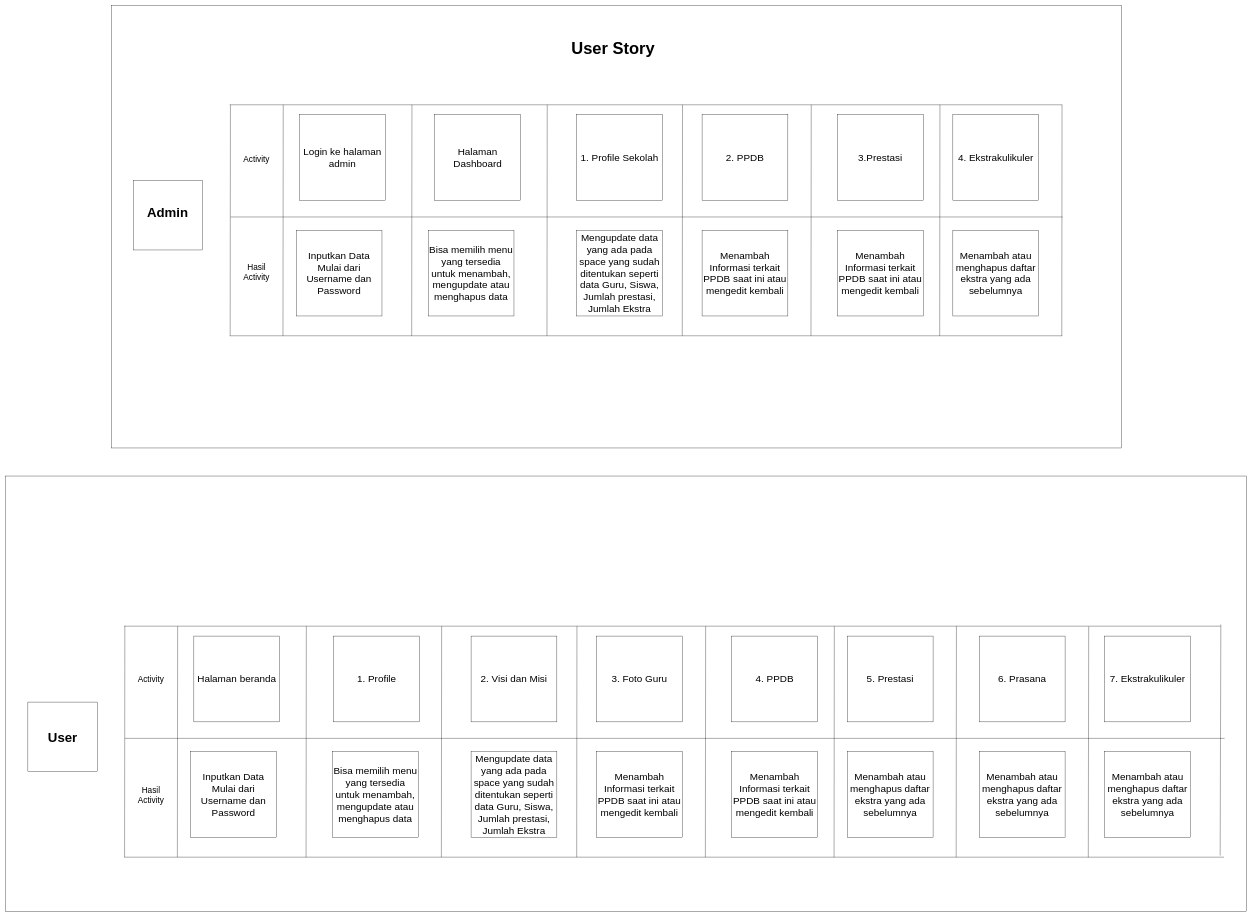
Above: User Story.drawio in Sretes-PiceF/UPK (draw.io), before the change. Source tidied: cells renumbered, new cells numbered last; positions are measured from the earlier drawing's top-left corner, leaving out a move shared by most shapes. Both pictures are drawn from the tidied source at 33%, with x=0, y=0 at pixel (6, -352).
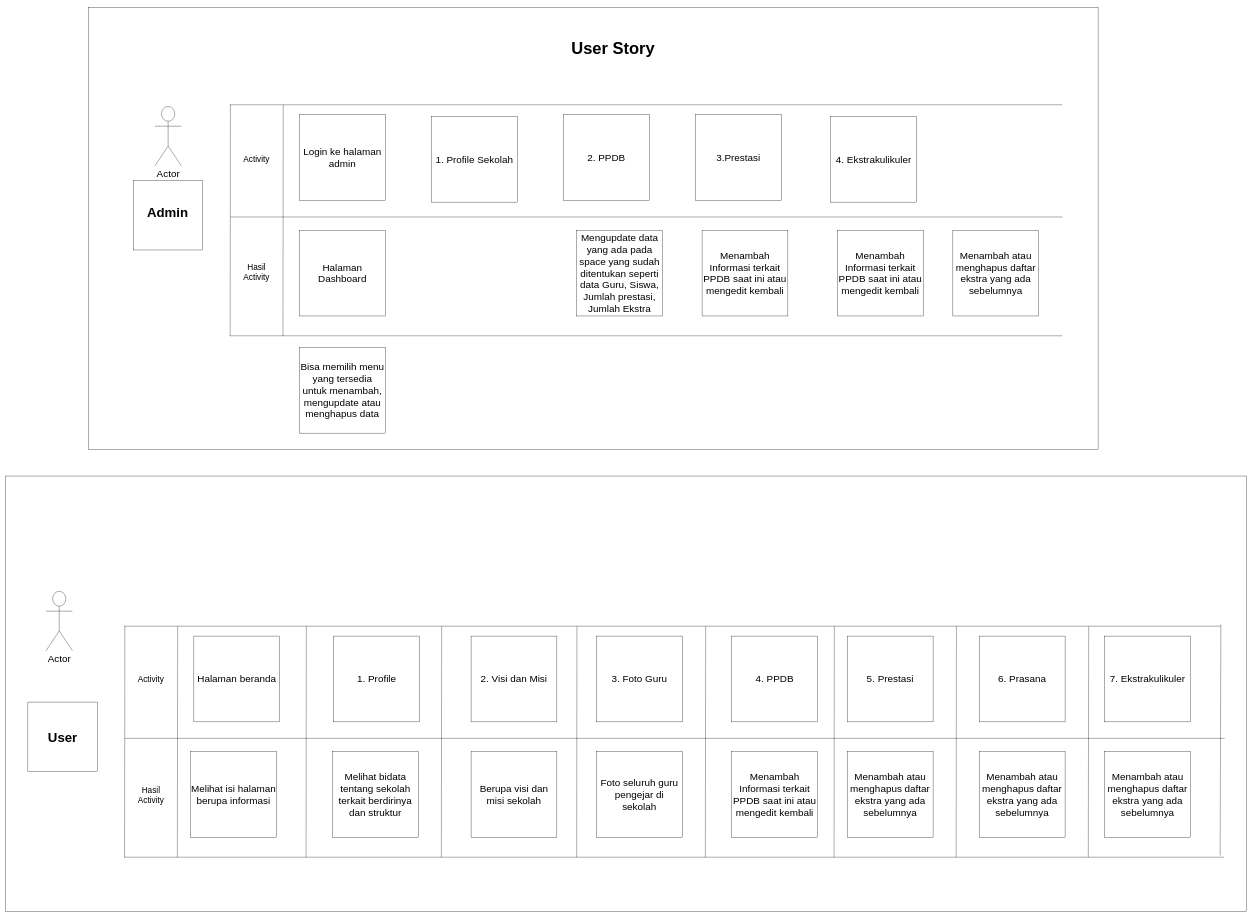
The same page after the edit.

Commit message:
perbaruan part(2)

What changed in the source:
```diff
@@
     <mxCell id="2" style="rounded=0;whiteSpace=wrap;html=1;" parent="1" vertex="1">
-      <mxGeometry x="320" y="1085" width="3060" height="1340" as="geometry" />
+      <mxGeometry x="250" y="1090" width="3060" height="1340" as="geometry" />
     </mxCell>
@@
     <mxCell id="10" value="&lt;div&gt;&lt;font style=&quot;font-size: 30px;&quot;&gt;Halaman Dashboard&lt;/font&gt;&lt;/div&gt;" style="whiteSpace=wrap;html=1;" parent="1" vertex="1">
-      <mxGeometry x="1300" y="1415" width="260" height="260" as="geometry" />
+      <mxGeometry x="890" y="1765" width="260" height="260" as="geometry" />
     </mxCell>
     <mxCell id="11" value="&lt;font style=&quot;font-size: 30px;&quot;&gt;1. Profile Sekolah&lt;/font&gt;" style="whiteSpace=wrap;html=1;" parent="1" vertex="1">
-      <mxGeometry x="1730" y="1415" width="260" height="260" as="geometry" />
+      <mxGeometry x="1290" y="1420" width="260" height="260" as="geometry" />
     </mxCell>
     <mxCell id="12" value="&lt;font style=&quot;font-size: 30px;&quot;&gt;2. PPDB&lt;/font&gt;" style="whiteSpace=wrap;html=1;" parent="1" vertex="1">
-      <mxGeometry x="2110" y="1415" width="260" height="260" as="geometry" />
+      <mxGeometry x="1690" y="1415" width="260" height="260" as="geometry" />
     </mxCell>
     <mxCell id="13" value="&lt;font style=&quot;font-size: 30px;&quot;&gt;3.Prestasi&lt;/font&gt;" style="whiteSpace=wrap;html=1;" parent="1" vertex="1">
-      <mxGeometry x="2520" y="1415" width="260" height="260" as="geometry" />
+      <mxGeometry x="2090" y="1415" width="260" height="260" as="geometry" />
     </mxCell>
     <mxCell id="14" value="&lt;font style=&quot;font-size: 30px;&quot;&gt;4. Ekstrakulikuler&lt;/font&gt;" style="whiteSpace=wrap;html=1;" parent="1" vertex="1">
-      <mxGeometry x="2870" y="1415" width="260" height="260" as="geometry" />
+      <mxGeometry x="2500" y="1420" width="260" height="260" as="geometry" />
     </mxCell>
-    <mxCell id="15" value="&lt;font style=&quot;font-size: 30px;&quot;&gt;Inputkan Data Mulai dari Username dan Password&lt;/font&gt;" style="whiteSpace=wrap;html=1;" parent="1" vertex="1">
-      <mxGeometry x="880" y="1765" width="260" height="260" as="geometry" />
-    </mxCell>
     <mxCell id="16" value="&lt;font style=&quot;font-size: 30px;&quot;&gt;Bisa memilih menu yang tersedia untuk menambah, mengupdate atau menghapus data&lt;/font&gt;" style="whiteSpace=wrap;html=1;" parent="1" vertex="1">
-      <mxGeometry x="1280" y="1765" width="260" height="260" as="geometry" />
+      <mxGeometry x="890" y="2120" width="260" height="260" as="geometry" />
     </mxCell>
@@
-    <mxCell id="22" style="endArrow=none;html=1;rounded=0;exitX=0;exitY=0;exitDx=0;exitDy=0;" parent="1" edge="1">
-      <mxGeometry relative="1" as="geometry">
-        <mxPoint x="3200" y="2085.3" as="sourcePoint" />
-        <mxPoint x="3200.8" y="1385" as="targetPoint" />
-      </mxGeometry>
-    </mxCell>
@@
-    <mxCell id="24" style="endArrow=none;html=1;rounded=0;exitX=0;exitY=0;exitDx=0;exitDy=0;" parent="1" edge="1">
-      <mxGeometry relative="1" as="geometry">
-        <mxPoint x="1230" y="2085.3" as="sourcePoint" />
-        <mxPoint x="1230.8" y="1385" as="targetPoint" />
-      </mxGeometry>
-    </mxCell>
-    <mxCell id="25" style="endArrow=none;html=1;rounded=0;exitX=0;exitY=0;exitDx=0;exitDy=0;" parent="1" edge="1">
-      <mxGeometry relative="1" as="geometry">
-        <mxPoint x="1640" y="2085.3" as="sourcePoint" />
-        <mxPoint x="1640.8" y="1385" as="targetPoint" />
-      </mxGeometry>
-    </mxCell>
-    <mxCell id="26" style="endArrow=none;html=1;rounded=0;exitX=0;exitY=0;exitDx=0;exitDy=0;" parent="1" edge="1">
-      <mxGeometry relative="1" as="geometry">
-        <mxPoint x="2050" y="2085.3" as="sourcePoint" />
-        <mxPoint x="2050.8" y="1385" as="targetPoint" />
-      </mxGeometry>
-    </mxCell>
-    <mxCell id="27" style="endArrow=none;html=1;rounded=0;exitX=0;exitY=0;exitDx=0;exitDy=0;" parent="1" edge="1">
-      <mxGeometry relative="1" as="geometry">
-        <mxPoint x="2440" y="2085.3" as="sourcePoint" />
-        <mxPoint x="2440.8" y="1385" as="targetPoint" />
-      </mxGeometry>
-    </mxCell>
-    <mxCell id="28" style="endArrow=none;html=1;rounded=0;exitX=0;exitY=0;exitDx=0;exitDy=0;" parent="1" edge="1">
-      <mxGeometry relative="1" as="geometry">
-        <mxPoint x="2830" y="2085.3" as="sourcePoint" />
-        <mxPoint x="2830.8" y="1385" as="targetPoint" />
-      </mxGeometry>
-    </mxCell>
@@
-    <mxCell id="43" value="&lt;font style=&quot;font-size: 30px;&quot;&gt;Inputkan Data Mulai dari Username dan Password&lt;/font&gt;" style="whiteSpace=wrap;html=1;" parent="1" vertex="1">
+    <mxCell id="43" value="Melihat isi halaman berupa informasi" style="whiteSpace=wrap;html=1;fontSize=30;" parent="1" vertex="1">
       <mxGeometry x="560" y="3345" width="260" height="260" as="geometry" />
     </mxCell>
-    <mxCell id="44" value="&lt;font style=&quot;font-size: 30px;&quot;&gt;Bisa memilih menu yang tersedia untuk menambah, mengupdate atau menghapus data&lt;/font&gt;" style="whiteSpace=wrap;html=1;" parent="1" vertex="1">
+    <mxCell id="44" value="&lt;div&gt;Melihat bidata tentang sekolah &lt;br&gt;&lt;/div&gt;&lt;div&gt;terkait berdirinya dan struktur&lt;/div&gt;" style="whiteSpace=wrap;html=1;fontSize=30;" parent="1" vertex="1">
       <mxGeometry x="990" y="3345" width="260" height="260" as="geometry" />
     </mxCell>
-    <mxCell id="45" value="&lt;font style=&quot;font-size: 30px;&quot;&gt;Mengupdate data yang ada pada space yang sudah ditentukan seperti data Guru, Siswa, Jumlah prestasi, Jumlah Ekstra&lt;/font&gt;" style="whiteSpace=wrap;html=1;" parent="1" vertex="1">
+    <mxCell id="45" value="Berupa visi dan misi sekolah" style="whiteSpace=wrap;html=1;fontSize=30;" parent="1" vertex="1">
       <mxGeometry x="1410" y="3345" width="260" height="260" as="geometry" />
     </mxCell>
-    <mxCell id="46" value="&lt;font style=&quot;font-size: 30px;&quot;&gt;Menambah Informasi terkait PPDB saat ini atau mengedit kembali&lt;/font&gt;" style="whiteSpace=wrap;html=1;" parent="1" vertex="1">
+    <mxCell id="46" value="Foto seluruh guru pengejar di sekolah" style="whiteSpace=wrap;html=1;fontSize=30;" parent="1" vertex="1">
       <mxGeometry x="1790" y="3345" width="260" height="260" as="geometry" />
     </mxCell>
@@
+    <mxCell id="65" value="&lt;font style=&quot;font-size: 30px;&quot;&gt;Actor&lt;/font&gt;" style="shape=umlActor;verticalLabelPosition=bottom;verticalAlign=top;html=1;" parent="1" vertex="1">
+      <mxGeometry x="122" y="2859.4" width="80" height="180" as="geometry" />
+    </mxCell>
+    <mxCell id="66" value="&lt;font style=&quot;font-size: 30px;&quot;&gt;Actor&lt;/font&gt;" style="shape=umlActor;verticalLabelPosition=bottom;verticalAlign=top;html=1;" parent="1" vertex="1">
+      <mxGeometry x="452" y="1390" width="80" height="180" as="geometry" />
+    </mxCell>
```
